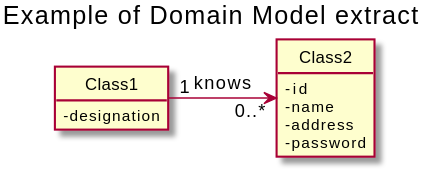
The PlantUML diagram docs/Sprint3/US024/US024-MD.svg in nunogon1211787/projectManagement, before a commit. The source it was exported from:
```plantuml
@startuml
hide circle
skinparam classAttributeIconSize 0
hide methods

title Example of Domain Model extract

class Class1 {
    -designation
}

class Class2 {
    -id
    -name
    -address
    -password
}

Class1 "1" -> "0..*" Class2: knows

@enduml
```
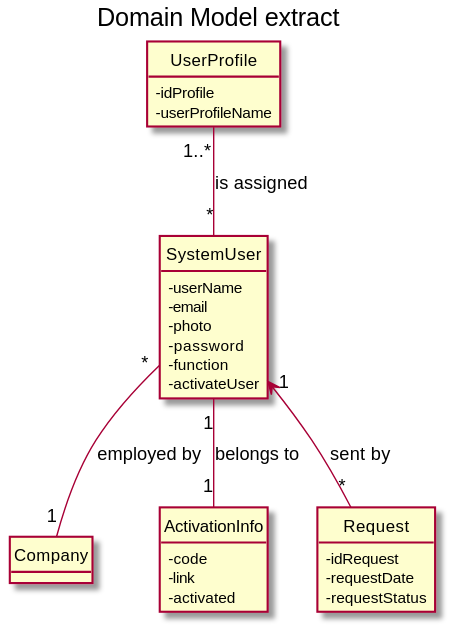
The same file after the commit.

The edit, as a diff of the source:
```diff
@@ -3,19 +3,38 @@
 skinparam classAttributeIconSize 0
 hide methods
 
-title Example of Domain Model extract
+title Domain Model extract
 
-class Class1 {
-    -designation
+class Company{
 }
 
-class Class2 {
-    -id
-    -name
-    -address
-    -password
+class SystemUser{
+      - userName
+      - email
+      - photo
+      - password
+      - function
+      - activateUser
+      }
+
+class ActivationInfo{
+- code
+- link
+- activated
+}
+class UserProfile{
+- idProfile
+- userProfileName
+}
+class Request{
+- idRequest
+- requestDate
+- requestStatus
 }
 
-Class1 "1" -> "0..*" Class2: knows
+SystemUser "1" -- "1" ActivationInfo: belongs to
+SystemUser "1" <-- "*" Request: sent by
+SystemUser "*" -- "1" Company: employed by
+UserProfile "1..*" -- "*" SystemUser: is assigned
 
 @enduml
```
